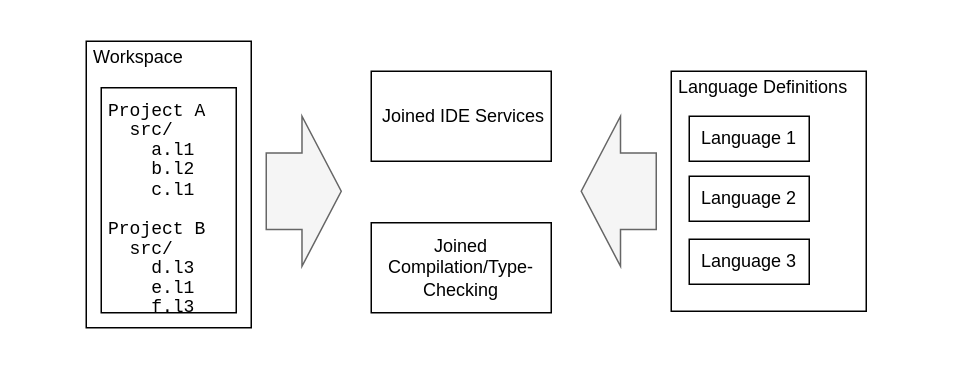
Earlier version of the draw.io diagram page "EDE Vision - 2" (12 of 13) of Spoofax3 Diagrams.drawio (AZWN/Spoofax-pie-diagrams). Source tidied: cells renumbered, new cells numbered last; positions are measured from the earlier drawing's top-left corner, leaving out a move shared by most shapes. Both pictures are drawn from the tidied source at 150%, with x=0, y=0 at pixel (86, 40).
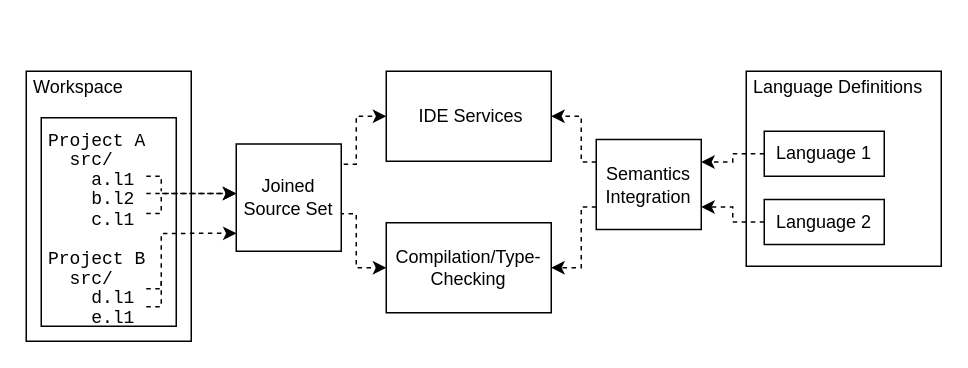
After the change.

Commit message:
Improved new situation diagram

What changed in the source:
```diff
@@
     <mxCell id="2" value="&lt;br&gt;&lt;div&gt;Workspace&lt;/div&gt;" style="text;html=1;fillColor=none;spacing=5;spacingTop=-20;whiteSpace=wrap;overflow=hidden;rounded=0;strokeColor=#000000;" parent="1" vertex="1">
-      <mxGeometry width="110" height="191" as="geometry" />
+      <mxGeometry x="-40" y="20" width="110" height="180" as="geometry" />
     </mxCell>
     <mxCell id="3" value="&lt;div&gt;&lt;br&gt;&lt;/div&gt;&lt;div&gt;Language Definitions&lt;br&gt;&lt;/div&gt;" style="text;html=1;fillColor=none;spacing=5;spacingTop=-20;whiteSpace=wrap;overflow=hidden;rounded=0;strokeColor=#000000;" parent="1" vertex="1">
-      <mxGeometry x="390" y="20" width="130" height="160" as="geometry" />
+      <mxGeometry x="440" y="20" width="130" height="130" as="geometry" />
     </mxCell>
-    <mxCell id="4" value="&lt;p style=&quot;line-height: 0%&quot;&gt;&lt;font face=&quot;Courier New&quot;&gt;&lt;br&gt;&lt;/font&gt;&lt;/p&gt;&lt;p style=&quot;line-height: 0%&quot;&gt;&lt;font face=&quot;Courier New&quot;&gt;Project A&lt;/font&gt;&lt;/p&gt;&lt;p style=&quot;line-height: 0%&quot;&gt;&lt;font face=&quot;Courier New&quot;&gt;&amp;nbsp; src/&lt;/font&gt;&lt;/p&gt;&lt;p style=&quot;line-height: 0%&quot;&gt;&lt;font face=&quot;Courier New&quot;&gt;&amp;nbsp;&amp;nbsp;&amp;nbsp; a.l1&lt;/font&gt;&lt;/p&gt;&lt;p style=&quot;line-height: 0%&quot;&gt;&lt;font face=&quot;Courier New&quot;&gt;&amp;nbsp;&amp;nbsp;&amp;nbsp; b.l2&lt;/font&gt;&lt;/p&gt;&lt;p style=&quot;line-height: 0%&quot;&gt;&lt;font face=&quot;Courier New&quot;&gt;&lt;br&gt;&amp;nbsp;&amp;nbsp;&amp;nbsp; c.l1&lt;/font&gt;&lt;/p&gt;&lt;p style=&quot;line-height: 0%&quot;&gt;&lt;font face=&quot;Courier New&quot;&gt;&lt;br&gt;&lt;/font&gt;&lt;/p&gt;&lt;p style=&quot;line-height: 0%&quot;&gt;&lt;font face=&quot;Courier New&quot;&gt;Project B&lt;/font&gt;&lt;/p&gt;&lt;p style=&quot;line-height: 0%&quot;&gt;&lt;font face=&quot;Courier New&quot;&gt;&amp;nbsp; src/&lt;/font&gt;&lt;/p&gt;&lt;p style=&quot;line-height: 0%&quot;&gt;&lt;font face=&quot;Courier New&quot;&gt;&amp;nbsp;&amp;nbsp;&amp;nbsp; d.l3&lt;/font&gt;&lt;/p&gt;&lt;p style=&quot;line-height: 0%&quot;&gt;&lt;font face=&quot;Courier New&quot;&gt;&amp;nbsp;&amp;nbsp;&amp;nbsp; e.l1&lt;/font&gt;&lt;/p&gt;&lt;p style=&quot;line-height: 0%&quot;&gt;&lt;font face=&quot;Courier New&quot;&gt;&amp;nbsp;&amp;nbsp;&amp;nbsp; f.l3&lt;br&gt;&lt;/font&gt;&lt;/p&gt;" style="text;html=1;fillColor=none;spacing=5;spacingTop=-20;whiteSpace=wrap;overflow=hidden;rounded=0;strokeColor=#000000;" parent="1" vertex="1">
-      <mxGeometry x="10" y="31" width="90" height="150" as="geometry" />
+    <mxCell id="4" value="&lt;p style=&quot;line-height: 0%&quot;&gt;&lt;font face=&quot;Courier New&quot;&gt;&lt;br&gt;&lt;/font&gt;&lt;/p&gt;&lt;p style=&quot;line-height: 0%&quot;&gt;&lt;font face=&quot;Courier New&quot;&gt;Project A&lt;/font&gt;&lt;/p&gt;&lt;p style=&quot;line-height: 0%&quot;&gt;&lt;font face=&quot;Courier New&quot;&gt;&amp;nbsp; src/&lt;/font&gt;&lt;/p&gt;&lt;p style=&quot;line-height: 0%&quot;&gt;&lt;font face=&quot;Courier New&quot;&gt;&amp;nbsp;&amp;nbsp;&amp;nbsp; a.l1&lt;/font&gt;&lt;/p&gt;&lt;p style=&quot;line-height: 0%&quot;&gt;&lt;font face=&quot;Courier New&quot;&gt;&amp;nbsp;&amp;nbsp;&amp;nbsp; b.l2&lt;/font&gt;&lt;/p&gt;&lt;p style=&quot;line-height: 0%&quot;&gt;&lt;font face=&quot;Courier New&quot;&gt;&lt;br&gt;&amp;nbsp;&amp;nbsp;&amp;nbsp; c.l1&lt;/font&gt;&lt;/p&gt;&lt;p style=&quot;line-height: 0%&quot;&gt;&lt;font face=&quot;Courier New&quot;&gt;&lt;br&gt;&lt;/font&gt;&lt;/p&gt;&lt;p style=&quot;line-height: 0%&quot;&gt;&lt;font face=&quot;Courier New&quot;&gt;Project B&lt;/font&gt;&lt;/p&gt;&lt;p style=&quot;line-height: 0%&quot;&gt;&lt;font face=&quot;Courier New&quot;&gt;&amp;nbsp; src/&lt;/font&gt;&lt;/p&gt;&lt;p style=&quot;line-height: 0%&quot;&gt;&lt;font face=&quot;Courier New&quot;&gt;&amp;nbsp;&amp;nbsp;&amp;nbsp; d.l1&lt;/font&gt;&lt;/p&gt;&lt;p style=&quot;line-height: 0%&quot;&gt;&lt;font face=&quot;Courier New&quot;&gt;&amp;nbsp;&amp;nbsp;&amp;nbsp; e.l1&lt;/font&gt;&lt;/p&gt;" style="text;html=1;fillColor=none;spacing=5;spacingTop=-20;whiteSpace=wrap;overflow=hidden;rounded=0;strokeColor=#000000;" parent="1" vertex="1">
+      <mxGeometry x="-30" y="51" width="90" height="139" as="geometry" />
     </mxCell>
+    <mxCell id="12" style="edgeStyle=orthogonalEdgeStyle;rounded=0;jumpStyle=arc;jettySize=auto;html=1;exitX=0;exitY=0.5;exitDx=0;exitDy=0;entryX=1;entryY=0.25;entryDx=0;entryDy=0;dashed=1;" parent="1" edge="1" source="5" target="16">
+      <mxGeometry relative="1" as="geometry" />
+    </mxCell>
     <mxCell id="5" value="Language 1" style="rounded=0;whiteSpace=wrap;html=1;strokeColor=#000000;" parent="1" vertex="1">
-      <mxGeometry x="402" y="50" width="80" height="30" as="geometry" />
+      <mxGeometry x="452" y="60" width="80" height="30" as="geometry" />
     </mxCell>
-    <mxCell id="6" value="Language 3" style="rounded=0;whiteSpace=wrap;html=1;strokeColor=#000000;" parent="1" vertex="1">
-      <mxGeometry x="402" y="132" width="80" height="30" as="geometry" />
-    </mxCell>
-    <mxCell id="7" style="html=1;shadow=0;dashed=0;align=center;verticalAlign=middle;shape=mxgraph.arrows2.arrow;dy=0.49;dx=26.17;notch=0;strokeColor=#666666;fillColor=#f5f5f5;fontColor=#333333;" parent="1" vertex="1">
-      <mxGeometry x="120" y="50" width="50" height="100" as="geometry" />
-    </mxCell>
+    <mxCell id="13" style="edgeStyle=orthogonalEdgeStyle;rounded=0;jumpStyle=arc;jettySize=auto;html=1;exitX=0;exitY=0.5;exitDx=0;exitDy=0;entryX=1;entryY=0.75;entryDx=0;entryDy=0;dashed=1;" parent="1" edge="1" source="8" target="16">
+      <mxGeometry relative="1" as="geometry" />
+    </mxCell>
     <mxCell id="8" value="Language 2" style="rounded=0;whiteSpace=wrap;html=1;strokeColor=#000000;" parent="1" vertex="1">
-      <mxGeometry x="402" y="90" width="80" height="30" as="geometry" />
+      <mxGeometry x="452" y="105.5" width="80" height="30" as="geometry" />
     </mxCell>
-    <mxCell id="9" value="&amp;nbsp;Joined IDE Services" style="rounded=0;whiteSpace=wrap;html=1;strokeColor=#000000;" parent="1" vertex="1">
-      <mxGeometry x="190" y="20" width="120" height="60" as="geometry" />
+    <mxCell id="9" value="&amp;nbsp;IDE Services" style="rounded=0;whiteSpace=wrap;html=1;strokeColor=#000000;" parent="1" vertex="1">
+      <mxGeometry x="200" y="20" width="110" height="60" as="geometry" />
     </mxCell>
-    <mxCell id="10" value="Joined Compilation/Type-Checking" style="rounded=0;whiteSpace=wrap;html=1;strokeColor=#000000;" parent="1" vertex="1">
-      <mxGeometry x="190" y="121" width="120" height="60" as="geometry" />
+    <mxCell id="10" value="Compilation/Type-Checking" style="rounded=0;whiteSpace=wrap;html=1;strokeColor=#000000;" parent="1" vertex="1">
+      <mxGeometry x="200" y="121" width="110" height="60" as="geometry" />
     </mxCell>
-    <mxCell id="11" style="html=1;shadow=0;dashed=0;align=center;verticalAlign=middle;shape=mxgraph.arrows2.arrow;dy=0.49;dx=26.17;notch=0;strokeColor=#666666;fillColor=#f5f5f5;fontColor=#333333;direction=west;" parent="1" vertex="1">
-      <mxGeometry x="330" y="50" width="50" height="100" as="geometry" />
-    </mxCell>
+    <mxCell id="14" style="edgeStyle=orthogonalEdgeStyle;rounded=0;jumpStyle=arc;jettySize=auto;html=1;exitX=0;exitY=0.25;exitDx=0;exitDy=0;entryX=1;entryY=0.5;entryDx=0;entryDy=0;dashed=1;" parent="1" edge="1" source="16" target="9">
+      <mxGeometry relative="1" as="geometry">
+        <Array as="points">
+          <mxPoint x="330" y="81" />
+          <mxPoint x="330" y="50" />
+        </Array>
+      </mxGeometry>
+    </mxCell>
+    <mxCell id="15" style="edgeStyle=orthogonalEdgeStyle;rounded=0;jumpStyle=arc;jettySize=auto;html=1;exitX=0;exitY=0.75;exitDx=0;exitDy=0;entryX=1;entryY=0.5;entryDx=0;entryDy=0;dashed=1;" parent="1" edge="1" source="16" target="10">
+      <mxGeometry relative="1" as="geometry">
+        <Array as="points">
+          <mxPoint x="330" y="111" />
+          <mxPoint x="330" y="151" />
+        </Array>
+      </mxGeometry>
+    </mxCell>
+    <mxCell id="16" value="Semantics &lt;br&gt;Integration" style="rounded=0;whiteSpace=wrap;html=1;strokeColor=#000000;" parent="1" vertex="1">
+      <mxGeometry x="340" y="65.5" width="70" height="60" as="geometry" />
+    </mxCell>
+    <mxCell id="17" style="edgeStyle=orthogonalEdgeStyle;rounded=0;jumpStyle=arc;jettySize=auto;html=1;exitX=1;exitY=0.25;exitDx=0;exitDy=0;entryX=0;entryY=0.5;entryDx=0;entryDy=0;dashed=1;" parent="1" edge="1" source="19" target="9">
+      <mxGeometry relative="1" as="geometry">
+        <Array as="points">
+          <mxPoint x="180" y="82" />
+          <mxPoint x="180" y="50" />
+        </Array>
+      </mxGeometry>
+    </mxCell>
+    <mxCell id="18" style="edgeStyle=orthogonalEdgeStyle;rounded=0;jumpStyle=arc;jettySize=auto;html=1;exitX=1;exitY=0.75;exitDx=0;exitDy=0;entryX=0;entryY=0.5;entryDx=0;entryDy=0;dashed=1;" parent="1" edge="1" source="19" target="10">
+      <mxGeometry relative="1" as="geometry">
+        <Array as="points">
+          <mxPoint x="180" y="115" />
+          <mxPoint x="180" y="151" />
+        </Array>
+      </mxGeometry>
+    </mxCell>
+    <mxCell id="19" value="Joined Source Set" style="rounded=0;whiteSpace=wrap;html=1;strokeColor=#000000;" parent="1" vertex="1">
+      <mxGeometry x="100" y="68.5" width="70" height="71.5" as="geometry" />
+    </mxCell>
+    <mxCell id="20" style="endArrow=classic;html=1;dashed=1;entryX=0;entryY=0.5;entryDx=0;entryDy=0;edgeStyle=orthogonalEdgeStyle;rounded=0;" parent="1" edge="1">
+      <mxGeometry relative="1" as="geometry">
+        <mxPoint x="40" y="101.5" as="sourcePoint" />
+        <mxPoint x="100" y="101.5" as="targetPoint" />
+      </mxGeometry>
+    </mxCell>
+    <mxCell id="21" style="endArrow=classic;html=1;dashed=1;entryX=0;entryY=0.5;entryDx=0;entryDy=0;edgeStyle=orthogonalEdgeStyle;rounded=0;" parent="1" edge="1">
+      <mxGeometry relative="1" as="geometry">
+        <mxPoint x="40" y="114.9" as="sourcePoint" />
+        <mxPoint x="100" y="101.5" as="targetPoint" />
+        <Array as="points">
+          <mxPoint x="50" y="115" />
+          <mxPoint x="50" y="102" />
+        </Array>
+      </mxGeometry>
+    </mxCell>
+    <mxCell id="22" style="endArrow=none;dashed=1;html=1;edgeStyle=orthogonalEdgeStyle;rounded=0;" parent="1" edge="1">
+      <mxGeometry relative="1" as="geometry">
+        <mxPoint x="40" y="90" as="sourcePoint" />
+        <mxPoint x="50" y="100" as="targetPoint" />
+      </mxGeometry>
+    </mxCell>
+    <mxCell id="23" style="endArrow=classic;html=1;dashed=1;entryX=0.003;entryY=0.833;entryDx=0;entryDy=0;edgeStyle=orthogonalEdgeStyle;rounded=0;entryPerimeter=0;" parent="1" edge="1" target="19">
+      <mxGeometry relative="1" as="geometry">
+        <mxPoint x="40" y="165" as="sourcePoint" />
+        <Array as="points">
+          <mxPoint x="50" y="165" />
+          <mxPoint x="50" y="128" />
+        </Array>
+      </mxGeometry>
+    </mxCell>
+    <mxCell id="24" style="endArrow=none;dashed=1;html=1;edgeStyle=orthogonalEdgeStyle;rounded=0;" parent="1" edge="1">
+      <mxGeometry relative="1" as="geometry">
+        <mxPoint x="40" y="177" as="sourcePoint" />
+        <mxPoint x="50" y="160" as="targetPoint" />
+      </mxGeometry>
+    </mxCell>
```
